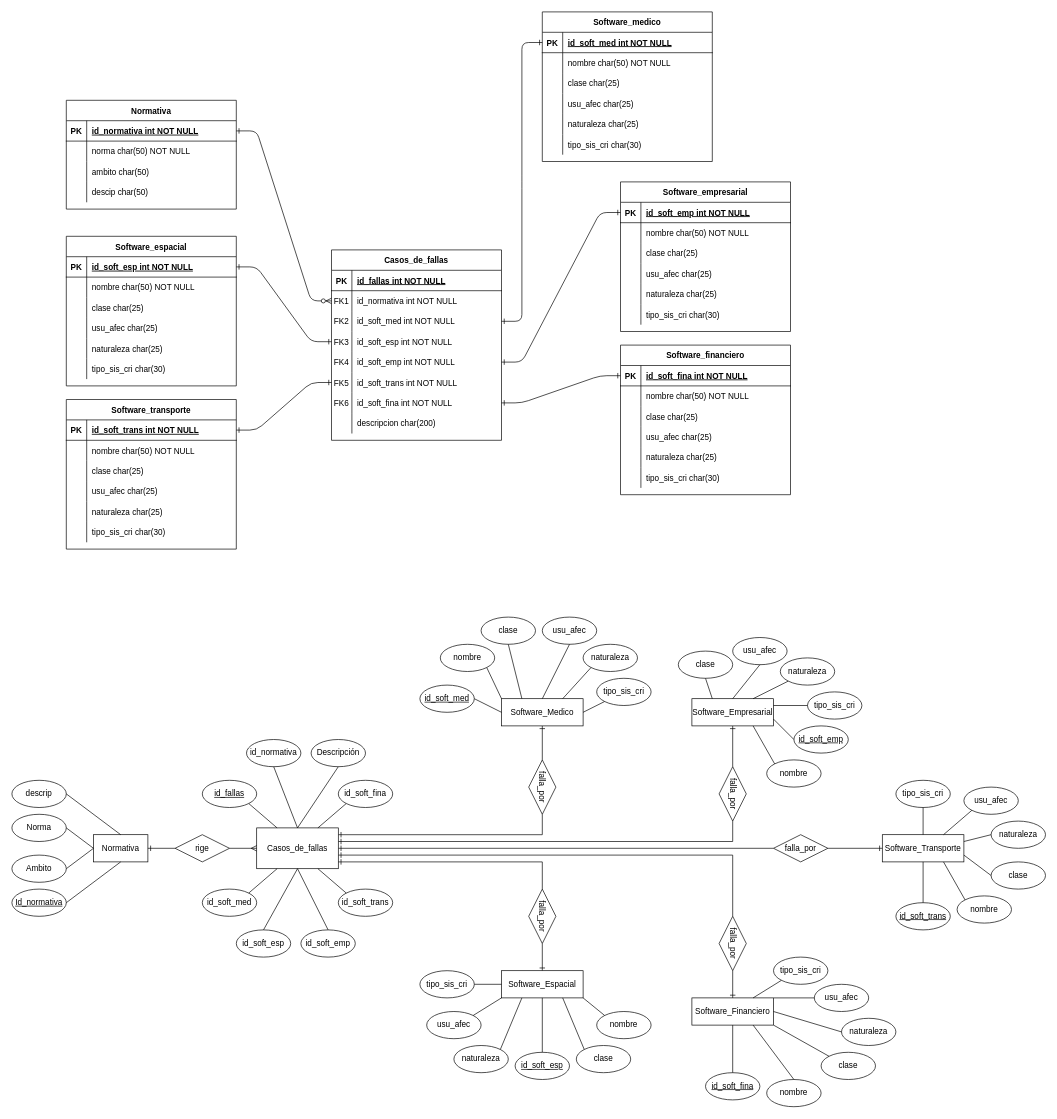
Before: DER.drawio in Gabitoto/Safety_Critical_Software, a draw.io diagram. Source tidied: cells renumbered, new cells numbered last; positions are measured from the earlier drawing's top-left corner, leaving out a move shared by most shapes. Both pictures are drawn from the tidied source at 68%, with x=0, y=0 at pixel (12, 12).
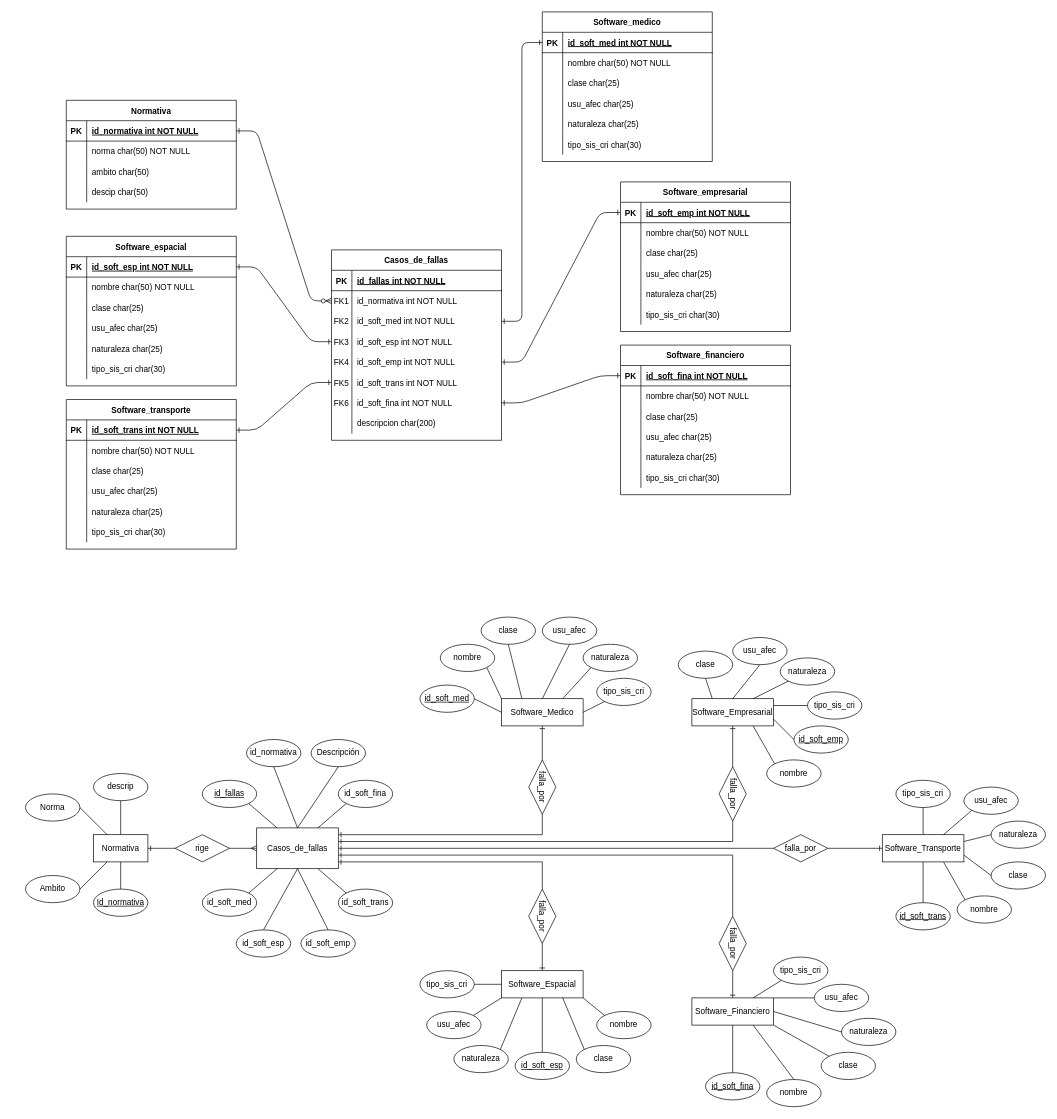
After the change.

Unchanged cells that the change refers to:
```xml
<mxCell id="61" value="Normativa" style="whiteSpace=wrap;html=1;align=center;" parent="1" vertex="1">
  <mxGeometry x="120" y="1210" width="80" height="40" as="geometry" />
</mxCell>
```

The edit, as a diff of the source:
```diff
@@
     <mxCell id="76" value="Id_normativa" style="ellipse;whiteSpace=wrap;html=1;align=center;fontStyle=4;" parent="1" vertex="1">
-      <mxGeometry y="1290" width="80" height="40" as="geometry" />
+      <mxGeometry x="120" y="1290" width="80" height="40" as="geometry" />
     </mxCell>
     <mxCell id="77" value="Ambito" style="ellipse;whiteSpace=wrap;html=1;align=center;" parent="1" vertex="1">
-      <mxGeometry y="1240" width="80" height="40" as="geometry" />
+      <mxGeometry x="20" y="1270" width="80" height="40" as="geometry" />
     </mxCell>
     <mxCell id="78" value="Norma" style="ellipse;whiteSpace=wrap;html=1;align=center;" parent="1" vertex="1">
-      <mxGeometry y="1180" width="80" height="40" as="geometry" />
+      <mxGeometry x="20" y="1150" width="80" height="40" as="geometry" />
     </mxCell>
     <mxCell id="79" value="descrip" style="ellipse;whiteSpace=wrap;html=1;align=center;" parent="1" vertex="1">
-      <mxGeometry y="1130" width="80" height="40" as="geometry" />
+      <mxGeometry x="120" y="1120" width="80" height="40" as="geometry" />
     </mxCell>
-    <mxCell id="80" style="endArrow=none;html=1;rounded=0;exitX=1;exitY=0.5;exitDx=0;exitDy=0;entryX=0.5;entryY=1;entryDx=0;entryDy=0;" parent="1" edge="1" source="76" target="61">
+    <mxCell id="80" style="endArrow=none;html=1;rounded=0;exitX=0.5;exitY=0;exitDx=0;exitDy=0;entryX=0.5;entryY=1;entryDx=0;entryDy=0;" parent="1" edge="1" source="76" target="61">
       <mxGeometry relative="1" as="geometry" />
     </mxCell>
-    <mxCell id="81" style="endArrow=none;html=1;rounded=0;exitX=1;exitY=0.5;exitDx=0;exitDy=0;entryX=0;entryY=0.5;entryDx=0;entryDy=0;" parent="1" edge="1" source="77" target="61">
+    <mxCell id="81" style="endArrow=none;html=1;rounded=0;exitX=1;exitY=0.5;exitDx=0;exitDy=0;entryX=0.25;entryY=1;entryDx=0;entryDy=0;" parent="1" edge="1" source="77" target="61">
       <mxGeometry relative="1" as="geometry" />
     </mxCell>
-    <mxCell id="82" style="endArrow=none;html=1;rounded=0;exitX=1;exitY=0.5;exitDx=0;exitDy=0;entryX=0;entryY=0.5;entryDx=0;entryDy=0;" parent="1" edge="1" source="78" target="61">
+    <mxCell id="82" style="endArrow=none;html=1;rounded=0;exitX=1;exitY=0.5;exitDx=0;exitDy=0;entryX=0.25;entryY=0;entryDx=0;entryDy=0;" parent="1" edge="1" source="78" target="61">
       <mxGeometry relative="1" as="geometry" />
     </mxCell>
-    <mxCell id="83" style="endArrow=none;html=1;rounded=0;exitX=1;exitY=0.5;exitDx=0;exitDy=0;entryX=0.5;entryY=0;entryDx=0;entryDy=0;" parent="1" edge="1" source="79" target="61">
+    <mxCell id="83" style="endArrow=none;html=1;rounded=0;exitX=0.5;exitY=1;exitDx=0;exitDy=0;entryX=0.5;entryY=0;entryDx=0;entryDy=0;" parent="1" edge="1" source="79" target="61">
       <mxGeometry relative="1" as="geometry" />
     </mxCell>
```
